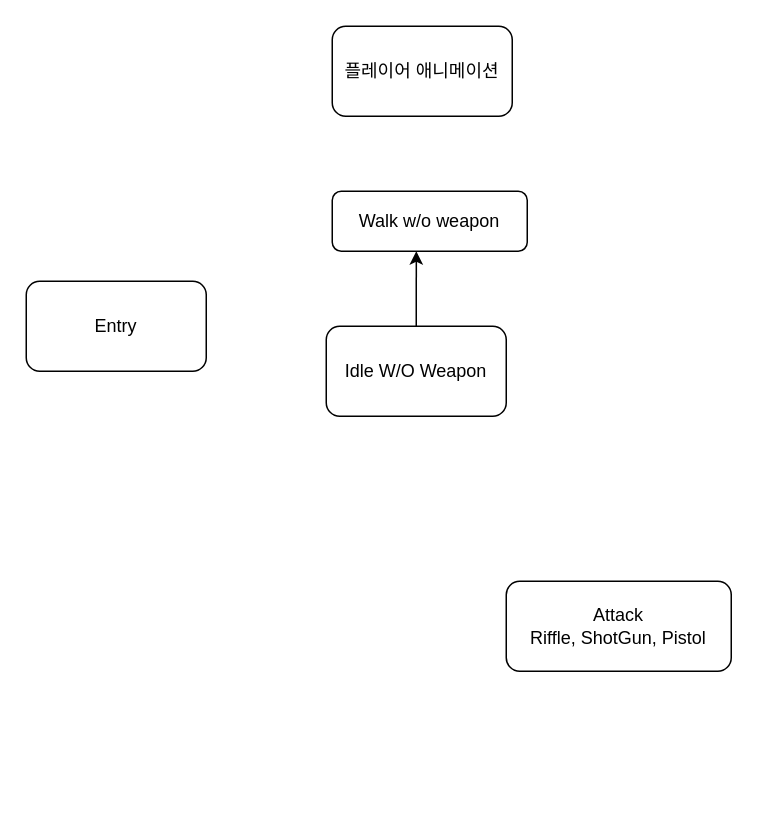
This is 다이어그램/플레이어 애니메이션.drawio from steelfs/JY, a draw.io file, before an edit. Source tidied: cells renumbered, new cells numbered last; positions are measured from the earlier drawing's top-left corner, leaving out a move shared by most shapes. Both pictures are drawn from the tidied source at 150%, with x=0, y=0 at pixel (26, 26).
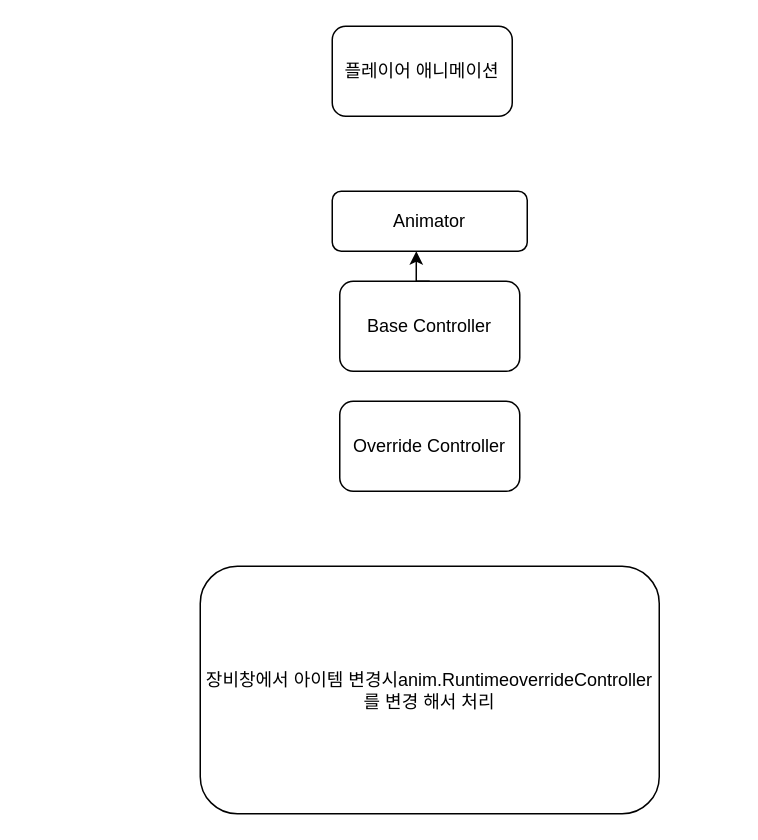
The same diagram, later.

Commit message (it also covers changes not shown here):
UI, UX기획 평가 다이어그램 추가

Diff of the diagram source:
```diff
@@
 <mxGraphModel>
   <root>
     <mxCell id="0" />
     <mxCell id="1" parent="0" />
     <mxCell id="2" value="플레이어 애니메이션" style="rounded=1;whiteSpace=wrap;html=1;" parent="1" vertex="1">
       <mxGeometry x="204" width="120" height="60" as="geometry" />
     </mxCell>
     <mxCell id="3" style="edgeStyle=orthogonalEdgeStyle;rounded=0;jettySize=auto;html=1;exitX=0.5;exitY=0;exitDx=0;exitDy=0;entryX=0.431;entryY=1;entryDx=0;entryDy=0;entryPerimeter=0;" parent="1" edge="1" source="4" target="6">
       <mxGeometry relative="1" as="geometry" />
     </mxCell>
-    <mxCell id="4" value="Idle W/O Weapon" style="rounded=1;whiteSpace=wrap;html=1;" parent="1" vertex="1">
-      <mxGeometry x="200" y="200" width="120" height="60" as="geometry" />
+    <mxCell id="4" value="Base Controller" style="rounded=1;whiteSpace=wrap;html=1;" parent="1" vertex="1">
+      <mxGeometry x="209" y="170" width="120" height="60" as="geometry" />
     </mxCell>
-    <mxCell id="5" value="Attack&lt;br&gt;Riffle, ShotGun, Pistol" style="rounded=1;whiteSpace=wrap;html=1;" parent="1" vertex="1">
-      <mxGeometry x="320" y="370" width="150" height="60" as="geometry" />
-    </mxCell>
-    <mxCell id="6" value="Walk w/o weapon" style="rounded=1;whiteSpace=wrap;html=1;" parent="1" vertex="1">
+    <mxCell id="6" value="Animator" style="rounded=1;whiteSpace=wrap;html=1;" parent="1" vertex="1">
       <mxGeometry x="204" y="110" width="130" height="40" as="geometry" />
     </mxCell>
-    <mxCell id="7" value="Entry" style="rounded=1;whiteSpace=wrap;html=1;" parent="1" vertex="1">
-      <mxGeometry y="170" width="120" height="60" as="geometry" />
-    </mxCell>
+    <mxCell id="8" value="장비창에서 아이템 변경시anim.RuntimeoverrideController 를 변경 해서 처리" style="rounded=1;whiteSpace=wrap;html=1;" parent="1" vertex="1">
+      <mxGeometry x="116" y="360" width="306" height="165" as="geometry" />
+    </mxCell>
+    <mxCell id="9" value="Override Controller" style="rounded=1;whiteSpace=wrap;html=1;" parent="1" vertex="1">
+      <mxGeometry x="209" y="250" width="120" height="60" as="geometry" />
+    </mxCell>
   </root>
 </mxGraphModel>
```
